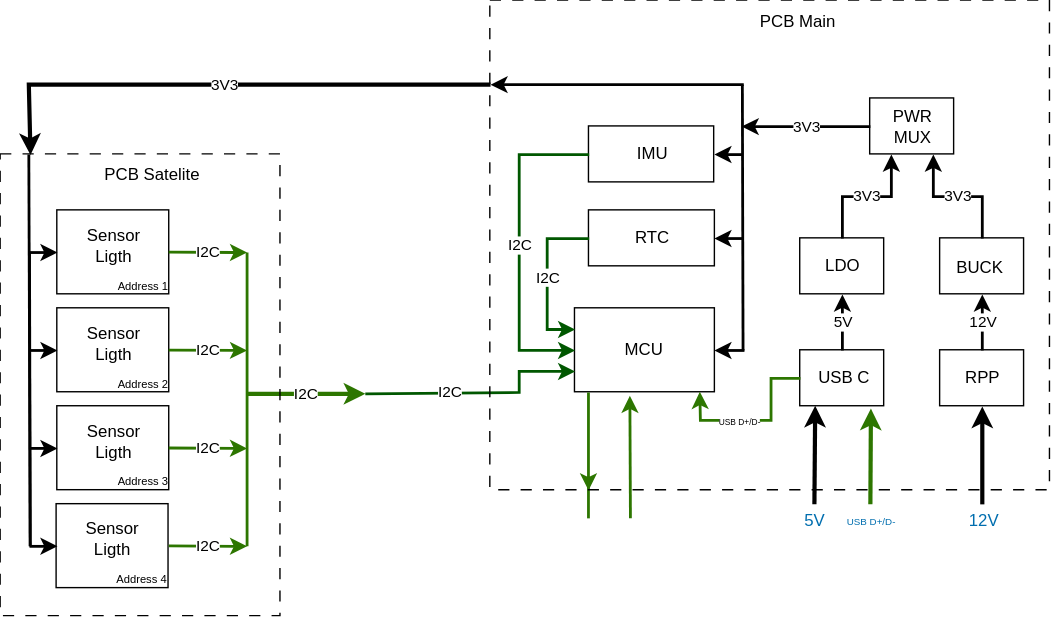
The draw.io diagram Hardware/Esquematico General.svg in TobiasDecoud/Solar-Tracking-System, before a commit. Source tidied: cells renumbered, new cells last; positions are measured from the earlier drawing's top-left corner, leaving out a move shared by most shapes.
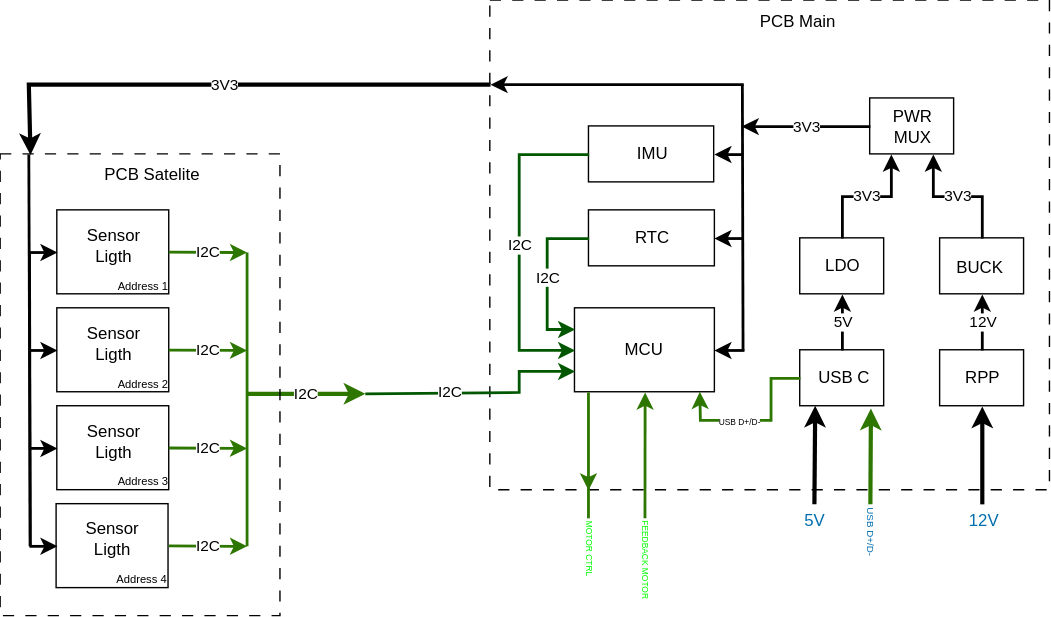
The same file after the commit.

What changed in the source:
```diff
@@ -2,6 +2,9 @@
   <root>
     <mxCell id="0" />
     <mxCell id="1" parent="0" />
+    <mxCell id="93" style="rounded=0;whiteSpace=wrap;html=1;fillColor=none;dashed=1;dashPattern=8 8;" parent="1" vertex="1">
+      <mxGeometry x="350" width="400" height="350" as="geometry" />
+    </mxCell>
     <mxCell id="2" value="PCB Satelite" style="text;html=1;whiteSpace=wrap;strokeColor=none;fillColor=none;align=center;verticalAlign=middle;rounded=0;" parent="1" vertex="1">
       <mxGeometry x="56" y="110" width="105" height="30" as="geometry" />
     </mxCell>
@@ -253,8 +256,8 @@
         <mxPoint x="621.5" y="359.9" as="sourcePoint" />
       </mxGeometry>
     </mxCell>
-    <mxCell id="69" value="&lt;font style=&quot;font-size: 7px; color: light-dark(rgb(0, 110, 175), rgb(0, 255, 0));&quot;&gt;USB D+/D-&lt;/font&gt;" style="text;html=1;whiteSpace=wrap;strokeColor=none;fillColor=none;align=center;verticalAlign=middle;rounded=0;" parent="1" vertex="1">
-      <mxGeometry x="600.5" y="363" width="43" height="16" as="geometry" />
+    <mxCell id="69" value="&lt;font style=&quot;font-size: 7px; color: light-dark(rgb(0, 110, 175), rgb(0, 255, 0));&quot;&gt;USB D+/D-&lt;/font&gt;" style="text;html=1;whiteSpace=wrap;strokeColor=none;fillColor=none;align=center;verticalAlign=middle;rounded=0;rotation=90;" parent="1" vertex="1">
+      <mxGeometry x="602" y="372" width="43" height="16" as="geometry" />
     </mxCell>
     <mxCell id="70" style="endArrow=none;html=1;rounded=0;strokeColor=light-dark(#000000,#FF0000);strokeWidth=2;" parent="1" edge="1">
       <mxGeometry relative="1" as="geometry">
@@ -375,9 +378,9 @@
         <mxPoint x="420" y="350" as="targetPoint" />
       </mxGeometry>
     </mxCell>
-    <mxCell id="91" style="endArrow=classic;html=1;rounded=0;fillColor=#60a917;strokeColor=#2D7600;strokeWidth=2;entryX=0.391;entryY=1.04;entryDx=0;entryDy=0;entryPerimeter=0;" parent="1" edge="1" target="50">
+    <mxCell id="91" style="endArrow=classic;html=1;rounded=0;fillColor=#60a917;strokeColor=#2D7600;strokeWidth=2;entryX=0.5;entryY=1;entryDx=0;entryDy=0;" parent="1" edge="1" target="50">
       <mxGeometry relative="1" as="geometry">
-        <mxPoint x="450" y="370" as="sourcePoint" />
+        <mxPoint x="460.4" y="370" as="sourcePoint" />
       </mxGeometry>
     </mxCell>
     <mxCell id="92" style="endArrow=none;html=1;rounded=0;fillColor=#60a917;strokeColor=#2D7600;strokeWidth=2;" parent="1" edge="1">
@@ -386,8 +389,11 @@
         <mxPoint x="420" y="370" as="targetPoint" />
       </mxGeometry>
     </mxCell>
-    <mxCell id="93" style="rounded=0;whiteSpace=wrap;html=1;fillColor=none;dashed=1;dashPattern=8 8;" parent="1" vertex="1">
-      <mxGeometry x="350" width="400" height="350" as="geometry" />
-    </mxCell>
+    <mxCell id="94" value="&lt;font style=&quot;color: light-dark(rgb(0, 255, 0), rgb(0, 255, 0)); font-size: 6px;&quot;&gt;&lt;span style=&quot;line-height: 70%;&quot;&gt;MOTOR CTRL&lt;/span&gt;&lt;/font&gt;" style="text;html=1;whiteSpace=wrap;strokeColor=none;fillColor=none;align=center;verticalAlign=middle;rounded=0;rotation=90;" parent="1" vertex="1">
+      <mxGeometry x="401" y="387" width="43" height="10" as="geometry" />
+    </mxCell>
+    <mxCell id="95" value="&lt;font style=&quot;color: light-dark(rgb(0, 255, 0), rgb(0, 255, 0)); font-size: 6px;&quot;&gt;FEEDBACK MOTOR&lt;/font&gt;" style="text;html=1;whiteSpace=wrap;strokeColor=none;fillColor=none;align=center;verticalAlign=middle;rounded=0;rotation=90;" parent="1" vertex="1">
+      <mxGeometry x="433" y="395" width="59" height="10" as="geometry" />
+    </mxCell>
   </root>
 </mxGraphModel>
```
